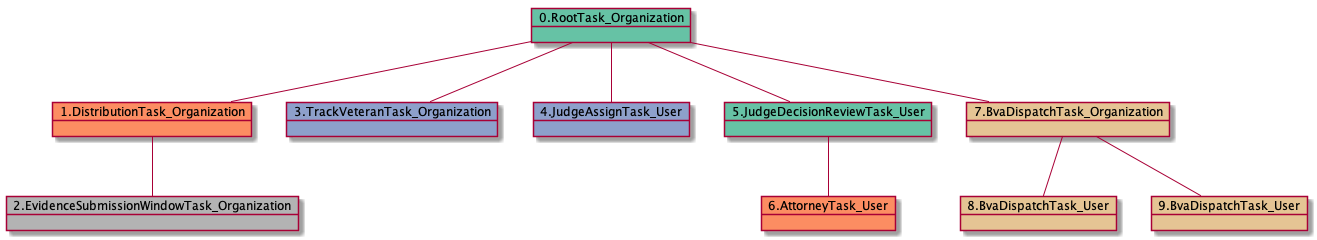
Earlier version of the PlantUML export docs-ES/uml/RTO.DTO.ESWTO.TVTO.JATU.JDRTU.ATU-17948.png (yoomlam/graphing).
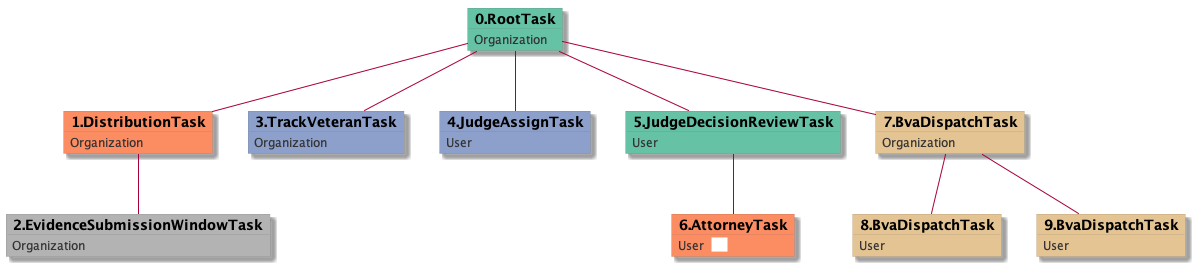
The same diagram one commit later.

What changed in the source:
```diff
@@ -1,21 +1,49 @@
 @startuml
-object 0.RootTask_Organization #66c2a5
-object 1.DistributionTask_Organization #fc8d62
-object 2.EvidenceSubmissionWindowTask_Organization #b3b3b3
-object 3.TrackVeteranTask_Organization #8da0cb
-object 4.JudgeAssignTask_User #8da0cb
-object 5.JudgeDecisionReviewTask_User #66c2a5
-object 6.AttorneyTask_User #fc8d62
-object 7.BvaDispatchTask_Organization #e5c494
-object 8.BvaDispatchTask_User #e5c494
-object 9.BvaDispatchTask_User #e5c494
-0.RootTask_Organization -- 1.DistributionTask_Organization
-1.DistributionTask_Organization -- 2.EvidenceSubmissionWindowTask_Organization
-0.RootTask_Organization -- 3.TrackVeteranTask_Organization
-0.RootTask_Organization -- 4.JudgeAssignTask_User
-0.RootTask_Organization -- 5.JudgeDecisionReviewTask_User
-5.JudgeDecisionReviewTask_User -- 6.AttorneyTask_User
-0.RootTask_Organization -- 7.BvaDispatchTask_Organization
-7.BvaDispatchTask_Organization -- 8.BvaDispatchTask_User
-7.BvaDispatchTask_Organization -- 9.BvaDispatchTask_User
+skinparam {
+  ObjectBorderColor #555
+  ObjectBorderThickness 0
+  ObjectFontStyle bold
+  ObjectFontSize 14
+  ObjectAttributeFontColor #333
+  ObjectAttributeFontSize 12
+}
+  object 0.RootTask #66c2a5 {
+Organization
+}
+  object 1.DistributionTask #fc8d62 {
+Organization
+}
+  object 2.EvidenceSubmissionWindowTask #b3b3b3 {
+Organization
+}
+  object 3.TrackVeteranTask #8da0cb {
+Organization
+}
+  object 4.JudgeAssignTask #8da0cb {
+User
+}
+  object 5.JudgeDecisionReviewTask #66c2a5 {
+User
+}
+  object 6.AttorneyTask #fc8d62 {
+User  <back:white>    </back>
+}
+  object 7.BvaDispatchTask #e5c494 {
+Organization
+}
+  object 8.BvaDispatchTask #e5c494 {
+User
+}
+  object 9.BvaDispatchTask #e5c494 {
+User
+}
+0.RootTask -- 1.DistributionTask
+1.DistributionTask -- 2.EvidenceSubmissionWindowTask
+0.RootTask -- 3.TrackVeteranTask
+0.RootTask -- 4.JudgeAssignTask
+0.RootTask -- 5.JudgeDecisionReviewTask
+5.JudgeDecisionReviewTask -- 6.AttorneyTask
+0.RootTask -- 7.BvaDispatchTask
+7.BvaDispatchTask -- 8.BvaDispatchTask
+7.BvaDispatchTask -- 9.BvaDispatchTask
 @enduml
```
